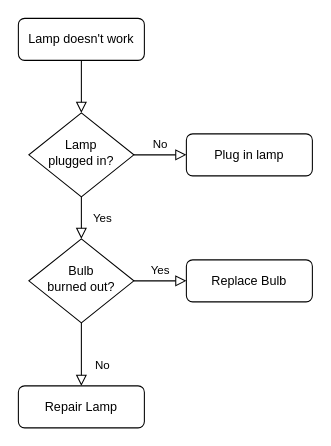
Earlier version of the draw.io diagram 农担支付流程.drawio (nhbcyz/Test). Source tidied: cells renumbered, new cells numbered last; positions are measured from the earlier drawing's top-left corner, leaving out a move shared by most shapes. Both pictures are drawn from the tidied source at 105%, with x=0, y=0 at pixel (18, 18).
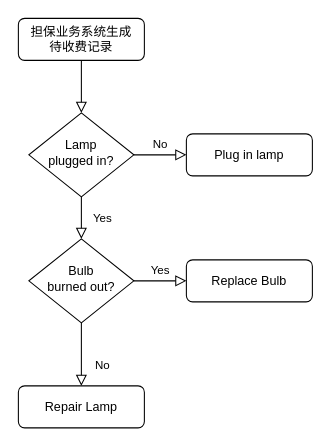
The same diagram, later.

Commit message (it also covers changes not shown here):
Update 农担支付流程.drawio

The edit, as a diff of the source:
```diff
@@
 <mxGraphModel>
   <root>
     <mxCell id="0" />
     <mxCell id="1" parent="0" />
     <mxCell id="2" style="rounded=0;html=1;jettySize=auto;fontSize=11;endArrow=block;endFill=0;endSize=8;strokeWidth=1;shadow=0;labelBackgroundColor=none;edgeStyle=orthogonalEdgeStyle;" parent="1" edge="1" source="3" target="6">
       <mxGeometry relative="1" as="geometry" />
     </mxCell>
-    <mxCell id="3" value="Lamp doesn't work" style="rounded=1;whiteSpace=wrap;html=1;fontSize=12;glass=0;strokeWidth=1;shadow=0;" parent="1" vertex="1">
+    <mxCell id="3" value="担保业务系统生成&lt;br&gt;待收费记录" style="rounded=1;whiteSpace=wrap;html=1;fontSize=12;glass=0;strokeWidth=1;shadow=0;" parent="1" vertex="1">
       <mxGeometry width="120" height="40" as="geometry" />
     </mxCell>
     <mxCell id="4" value="Yes" style="rounded=0;html=1;jettySize=auto;fontSize=11;endArrow=block;endFill=0;endSize=8;strokeWidth=1;shadow=0;labelBackgroundColor=none;edgeStyle=orthogonalEdgeStyle;" parent="1" edge="1" source="6" target="10">
       <mxGeometry y="20" relative="1" as="geometry" />
     </mxCell>
     <mxCell id="5" value="No" style="edgeStyle=orthogonalEdgeStyle;rounded=0;html=1;jettySize=auto;fontSize=11;endArrow=block;endFill=0;endSize=8;strokeWidth=1;shadow=0;labelBackgroundColor=none;" parent="1" edge="1" source="6" target="7">
       <mxGeometry y="10" relative="1" as="geometry" />
     </mxCell>
     <mxCell id="6" value="Lamp&lt;br&gt;plugged in?" style="rhombus;whiteSpace=wrap;html=1;shadow=0;fontFamily=Helvetica;fontSize=12;align=center;strokeWidth=1;spacing=6;spacingTop=-4;" parent="1" vertex="1">
       <mxGeometry x="10" y="90" width="100" height="80" as="geometry" />
     </mxCell>
     <mxCell id="7" value="Plug in lamp" style="rounded=1;whiteSpace=wrap;html=1;fontSize=12;glass=0;strokeWidth=1;shadow=0;" parent="1" vertex="1">
       <mxGeometry x="160" y="110" width="120" height="40" as="geometry" />
     </mxCell>
     <mxCell id="8" value="No" style="rounded=0;html=1;jettySize=auto;fontSize=11;endArrow=block;endFill=0;endSize=8;strokeWidth=1;shadow=0;labelBackgroundColor=none;edgeStyle=orthogonalEdgeStyle;" parent="1" edge="1" source="10" target="11">
       <mxGeometry x="0.33" y="20" relative="1" as="geometry" />
     </mxCell>
     <mxCell id="9" value="Yes" style="edgeStyle=orthogonalEdgeStyle;rounded=0;html=1;jettySize=auto;fontSize=11;endArrow=block;endFill=0;endSize=8;strokeWidth=1;shadow=0;labelBackgroundColor=none;" parent="1" edge="1" source="10" target="12">
       <mxGeometry y="10" relative="1" as="geometry" />
     </mxCell>
     <mxCell id="10" value="Bulb&lt;br&gt;burned out?" style="rhombus;whiteSpace=wrap;html=1;shadow=0;fontFamily=Helvetica;fontSize=12;align=center;strokeWidth=1;spacing=6;spacingTop=-4;" parent="1" vertex="1">
       <mxGeometry x="10" y="210" width="100" height="80" as="geometry" />
     </mxCell>
     <mxCell id="11" value="Repair Lamp" style="rounded=1;whiteSpace=wrap;html=1;fontSize=12;glass=0;strokeWidth=1;shadow=0;" parent="1" vertex="1">
       <mxGeometry y="350" width="120" height="40" as="geometry" />
     </mxCell>
     <mxCell id="12" value="Replace Bulb" style="rounded=1;whiteSpace=wrap;html=1;fontSize=12;glass=0;strokeWidth=1;shadow=0;" parent="1" vertex="1">
       <mxGeometry x="160" y="230" width="120" height="40" as="geometry" />
     </mxCell>
   </root>
 </mxGraphModel>
```
